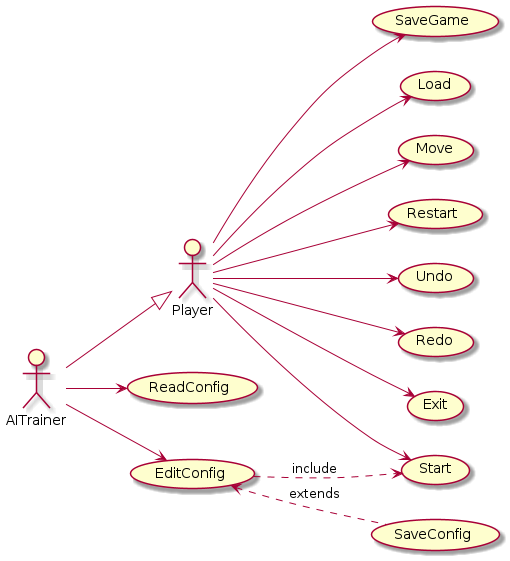
Master-Desarrollo-20-21/patrones-diseno---practica-final---juego-de-las-damas-fraylopez keeps this PlantUML diagram as docs/output/use-cases/UseCases.png. Above is the earlier version. Source of this version:
```plantuml
@startuml UseCases
left to right direction
actor Player
actor AITrainer

AITrainer -down-|> Player

usecase Start
usecase Move
usecase Restart
usecase Undo
usecase Redo
usecase Exit
usecase SaveGame
usecase Load



Player --> Start
Player --> Move
Player --> Undo
Player --> Redo
Player --> Exit
Player --> SaveGame
Player --> Restart
Player --> Load

usecase ReadConfig
usecase EditConfig
usecase SaveConfig

AITrainer --> ReadConfig
AITrainer --> EditConfig

EditConfig ..> Start :"include"
EditConfig <.. SaveConfig :"extends"
@enduml
```
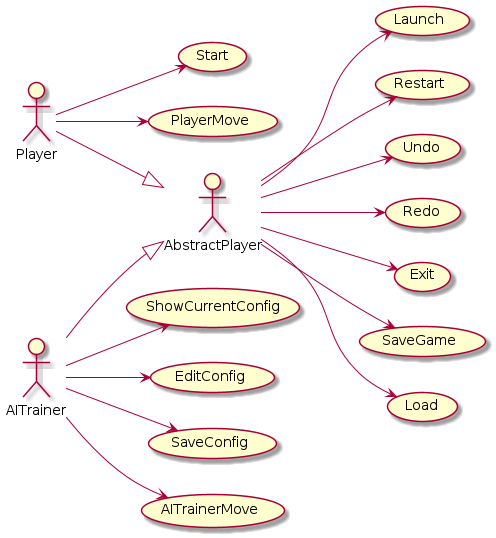
Later version of the same file.

Change to the diagram source:
```diff
@@ -2,11 +2,14 @@
 left to right direction
 actor Player
 actor AITrainer
+actor AbstractPlayer
 
-AITrainer -down-|> Player
+AITrainer -down-|> AbstractPlayer
+Player -down-|> AbstractPlayer
 
+usecase Launch
 usecase Start
-usecase Move
+usecase PlayerMove
 usecase Restart
 usecase Undo
 usecase Redo
@@ -14,24 +17,25 @@
 usecase SaveGame
 usecase Load
 
-
+AbstractPlayer --> Launch
+AbstractPlayer --> Undo
+AbstractPlayer --> Redo
+AbstractPlayer --> Exit
+AbstractPlayer --> SaveGame
+AbstractPlayer --> Restart
+AbstractPlayer --> Load
 
 Player --> Start
-Player --> Move
-Player --> Undo
-Player --> Redo
-Player --> Exit
-Player --> SaveGame
-Player --> Restart
-Player --> Load
+Player --> PlayerMove
 
-usecase ReadConfig
+usecase ShowCurrentConfig
 usecase EditConfig
 usecase SaveConfig
+usecase AITrainerMove
 
-AITrainer --> ReadConfig
+AITrainer --> ShowCurrentConfig
 AITrainer --> EditConfig
+AITrainer --> SaveConfig
+AITrainer --> AITrainerMove
 
-EditConfig ..> Start :"include"
-EditConfig <.. SaveConfig :"extends"
 @enduml
```
